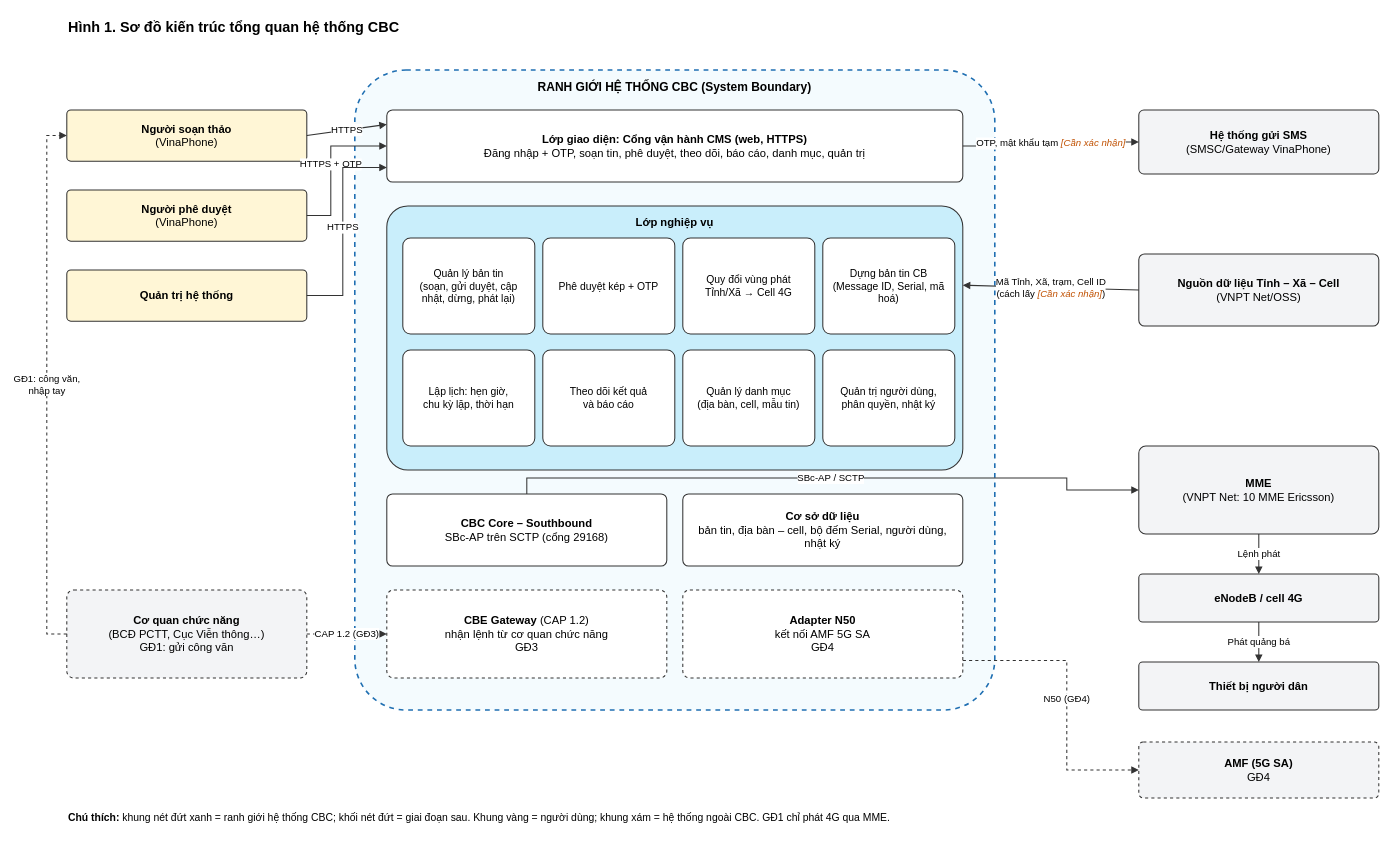
This is page "SRS-H1 Kiến trúc tổng quan" (1 of 4) of srs/CBC_SRS_so-do.drawio from yenanna0804/cbc-demo, a draw.io file, before an edit. Source tidied: cells renumbered, new cells numbered last; positions are measured from the earlier drawing's top-left corner, leaving out a move shared by most shapes. Both pictures are drawn from the tidied source at 80%, with x=0, y=0 at pixel (46, 14).
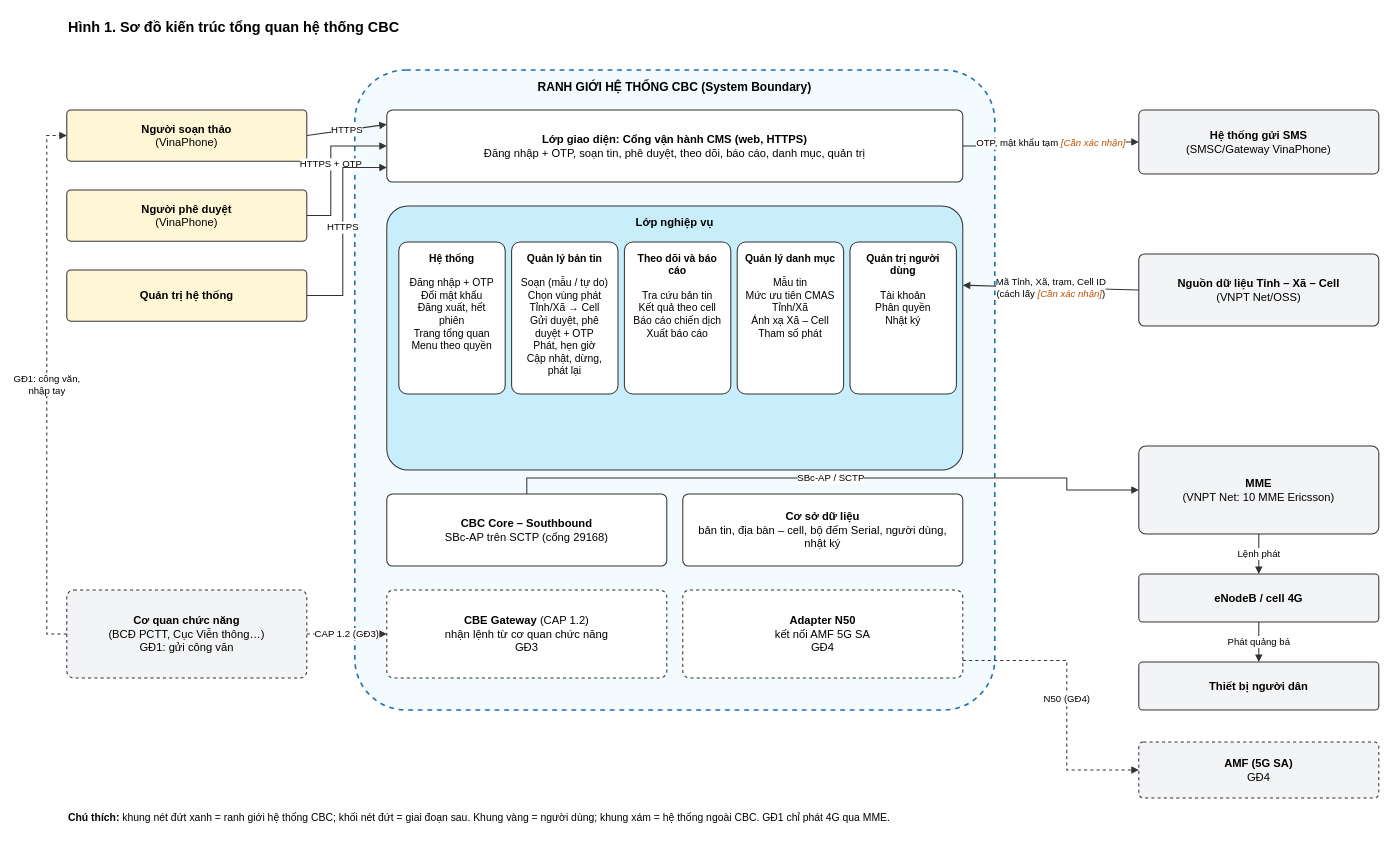
The same diagram, later.

Commit message:
SRS H1: lớp nghiệp vụ theo 5 module phân tích

Claude-Session: https://claude.ai/code/session_01FeLNp4ic6ftFr5ftakdFjx

Diff of the diagram source:
```diff
@@
+    <mxCell id="40" value="&lt;b&gt;Hệ thống&lt;/b&gt;&lt;br&gt;&lt;br&gt;Đăng nhập + OTP&lt;br&gt;Đổi mật khẩu&lt;br&gt;Đăng xuất, hết phiên&lt;br&gt;Trang tổng quan&lt;br&gt;Menu theo quyền" style="rounded=1;arcSize=8;whiteSpace=wrap;html=1;fontFamily=Arial;fontSize=13;fillColor=#FFFFFF;strokeColor=#333333;strokeWidth=1.3;align=center;verticalAlign=top;spacing=8;" parent="1" vertex="1">
+      <mxGeometry x="440" y="285" width="133" height="190" as="geometry" />
+    </mxCell>
-    <mxCell id="6" value="Quản lý bản tin&lt;br&gt;(soạn, gửi duyệt, cập nhật, dừng, phát lại)" style="rounded=1;arcSize=8;whiteSpace=wrap;html=1;fontFamily=Arial;fontSize=13;fillColor=#FFFFFF;strokeColor=#333333;strokeWidth=1.3;align=center;verticalAlign=middle;spacing=8;" parent="1" vertex="1">
-      <mxGeometry x="445" y="280" width="165" height="120" as="geometry" />
+    <mxCell id="6" value="&lt;b&gt;Quản lý bản tin&lt;/b&gt;&lt;br&gt;&lt;br&gt;Soạn (mẫu / tự do)&lt;br&gt;Chọn vùng phát Tỉnh/Xã → Cell&lt;br&gt;Gửi duyệt, phê duyệt + OTP&lt;br&gt;Phát, hẹn giờ&lt;br&gt;Cập nhật, dừng, phát lại" style="rounded=1;arcSize=8;whiteSpace=wrap;html=1;fontFamily=Arial;fontSize=13;fillColor=#FFFFFF;strokeColor=#333333;strokeWidth=1.3;align=center;verticalAlign=top;spacing=8;" parent="1" vertex="1">
+      <mxGeometry x="581" y="285" width="133" height="190" as="geometry" />
     </mxCell>
-    <mxCell id="7" value="Phê duyệt kép + OTP" style="rounded=1;arcSize=8;whiteSpace=wrap;html=1;fontFamily=Arial;fontSize=13;fillColor=#FFFFFF;strokeColor=#333333;strokeWidth=1.3;align=center;verticalAlign=middle;spacing=8;" parent="1" vertex="1">
-      <mxGeometry x="620" y="280" width="165" height="120" as="geometry" />
+    <mxCell id="7" value="&lt;b&gt;Theo dõi và báo cáo&lt;/b&gt;&lt;br&gt;&lt;br&gt;Tra cứu bản tin&lt;br&gt;Kết quả theo cell&lt;br&gt;Báo cáo chiến dịch&lt;br&gt;Xuất báo cáo" style="rounded=1;arcSize=8;whiteSpace=wrap;html=1;fontFamily=Arial;fontSize=13;fillColor=#FFFFFF;strokeColor=#333333;strokeWidth=1.3;align=center;verticalAlign=top;spacing=8;" parent="1" vertex="1">
+      <mxGeometry x="722" y="285" width="133" height="190" as="geometry" />
     </mxCell>
-    <mxCell id="8" value="Quy đổi vùng phát&lt;br&gt;Tỉnh/Xã → Cell 4G" style="rounded=1;arcSize=8;whiteSpace=wrap;html=1;fontFamily=Arial;fontSize=13;fillColor=#FFFFFF;strokeColor=#333333;strokeWidth=1.3;align=center;verticalAlign=middle;spacing=8;" parent="1" vertex="1">
-      <mxGeometry x="795" y="280" width="165" height="120" as="geometry" />
+    <mxCell id="8" value="&lt;b&gt;Quản lý danh mục&lt;/b&gt;&lt;br&gt;&lt;br&gt;Mẫu tin&lt;br&gt;Mức ưu tiên CMAS&lt;br&gt;Tỉnh/Xã&lt;br&gt;Ánh xạ Xã – Cell&lt;br&gt;Tham số phát" style="rounded=1;arcSize=8;whiteSpace=wrap;html=1;fontFamily=Arial;fontSize=13;fillColor=#FFFFFF;strokeColor=#333333;strokeWidth=1.3;align=center;verticalAlign=top;spacing=8;" parent="1" vertex="1">
+      <mxGeometry x="863" y="285" width="133" height="190" as="geometry" />
     </mxCell>
-    <mxCell id="9" value="Dựng bản tin CB&lt;br&gt;(Message ID, Serial, mã hoá)" style="rounded=1;arcSize=8;whiteSpace=wrap;html=1;fontFamily=Arial;fontSize=13;fillColor=#FFFFFF;strokeColor=#333333;strokeWidth=1.3;align=center;verticalAlign=middle;spacing=8;" parent="1" vertex="1">
-      <mxGeometry x="970" y="280" width="165" height="120" as="geometry" />
+    <mxCell id="9" value="&lt;b&gt;Quản trị người dùng&lt;/b&gt;&lt;br&gt;&lt;br&gt;Tài khoản&lt;br&gt;Phân quyền&lt;br&gt;Nhật ký" style="rounded=1;arcSize=8;whiteSpace=wrap;html=1;fontFamily=Arial;fontSize=13;fillColor=#FFFFFF;strokeColor=#333333;strokeWidth=1.3;align=center;verticalAlign=top;spacing=8;" parent="1" vertex="1">
+      <mxGeometry x="1004" y="285" width="133" height="190" as="geometry" />
     </mxCell>
-    <mxCell id="10" value="Lập lịch: hẹn giờ,&lt;br&gt;chu kỳ lặp, thời hạn" style="rounded=1;arcSize=8;whiteSpace=wrap;html=1;fontFamily=Arial;fontSize=13;fillColor=#FFFFFF;strokeColor=#333333;strokeWidth=1.3;align=center;verticalAlign=middle;spacing=8;" parent="1" vertex="1">
-      <mxGeometry x="445" y="420" width="165" height="120" as="geometry" />
-    </mxCell>
-    <mxCell id="11" value="Theo dõi kết quả&lt;br&gt;và báo cáo" style="rounded=1;arcSize=8;whiteSpace=wrap;html=1;fontFamily=Arial;fontSize=13;fillColor=#FFFFFF;strokeColor=#333333;strokeWidth=1.3;align=center;verticalAlign=middle;spacing=8;" parent="1" vertex="1">
-      <mxGeometry x="620" y="420" width="165" height="120" as="geometry" />
-    </mxCell>
-    <mxCell id="12" value="Quản lý danh mục&lt;br&gt;(địa bàn, cell, mẫu tin)" style="rounded=1;arcSize=8;whiteSpace=wrap;html=1;fontFamily=Arial;fontSize=13;fillColor=#FFFFFF;strokeColor=#333333;strokeWidth=1.3;align=center;verticalAlign=middle;spacing=8;" parent="1" vertex="1">
-      <mxGeometry x="795" y="420" width="165" height="120" as="geometry" />
-    </mxCell>
-    <mxCell id="13" value="Quản trị người dùng,&lt;br&gt;phân quyền, nhật ký" style="rounded=1;arcSize=8;whiteSpace=wrap;html=1;fontFamily=Arial;fontSize=13;fillColor=#FFFFFF;strokeColor=#333333;strokeWidth=1.3;align=center;verticalAlign=middle;spacing=8;" parent="1" vertex="1">
-      <mxGeometry x="970" y="420" width="165" height="120" as="geometry" />
-    </mxCell>
```
